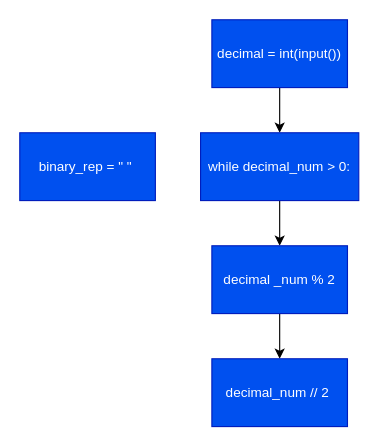
This is Draw.drawio from ipivanparra/AD-4-3, a draw.io file, before an edit. Source tidied: cells renumbered, new cells numbered last; positions are measured from the earlier drawing's top-left corner, leaving out a move shared by most shapes. Both pictures are drawn from the tidied source at 113%, with x=0, y=0 at pixel (19, 19).
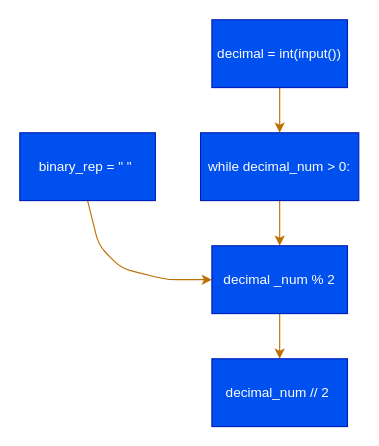
The same diagram, later.

Change to the diagram source:
```diff
@@
 <mxGraphModel>
   <root>
     <mxCell id="0" />
     <mxCell id="1" parent="0" />
-    <mxCell id="2" style="edgeStyle=none;html=1;exitX=0.5;exitY=1;exitDx=0;exitDy=0;" parent="1" edge="1" source="3">
+    <mxCell id="2" style="edgeStyle=none;html=1;exitX=0.5;exitY=1;exitDx=0;exitDy=0;fillColor=#f0a30a;strokeColor=#BD7000;" parent="1" edge="1" source="3">
       <mxGeometry relative="1" as="geometry">
         <mxPoint x="230" y="100" as="targetPoint" />
       </mxGeometry>
     </mxCell>
     <mxCell id="3" value="decimal = int(input())" style="rounded=0;whiteSpace=wrap;html=1;fillColor=#0050ef;fontColor=#ffffff;strokeColor=#001DBC;" parent="1" vertex="1">
       <mxGeometry x="170" width="120" height="60" as="geometry" />
     </mxCell>
-    <mxCell id="4" style="edgeStyle=none;html=1;exitX=0.5;exitY=1;exitDx=0;exitDy=0;" parent="1" edge="1" source="5">
+    <mxCell id="4" style="edgeStyle=none;html=1;exitX=0.5;exitY=1;exitDx=0;exitDy=0;fillColor=#f0a30a;strokeColor=#BD7000;" parent="1" edge="1" source="5">
       <mxGeometry relative="1" as="geometry">
         <mxPoint x="230" y="200" as="targetPoint" />
       </mxGeometry>
     </mxCell>
     <mxCell id="5" value="while decimal_num &amp;gt; 0:" style="rounded=0;whiteSpace=wrap;html=1;fillColor=#0050ef;fontColor=#ffffff;strokeColor=#001DBC;" parent="1" vertex="1">
       <mxGeometry x="160" y="100" width="140" height="60" as="geometry" />
     </mxCell>
+    <mxCell id="10" style="edgeStyle=none;html=1;exitX=0.5;exitY=1;exitDx=0;exitDy=0;entryX=0;entryY=0.5;entryDx=0;entryDy=0;fillColor=#f0a30a;strokeColor=#BD7000;" parent="1" edge="1" source="6" target="8">
+      <mxGeometry relative="1" as="geometry">
+        <Array as="points">
+          <mxPoint x="70" y="200" />
+          <mxPoint x="90" y="220" />
+          <mxPoint x="130" y="230" />
+        </Array>
+      </mxGeometry>
+    </mxCell>
     <mxCell id="6" value="binary_rep = &quot; &quot;&amp;nbsp;" style="rounded=0;whiteSpace=wrap;html=1;fillColor=#0050ef;fontColor=#ffffff;strokeColor=#001DBC;" parent="1" vertex="1">
       <mxGeometry y="100" width="120" height="60" as="geometry" />
     </mxCell>
-    <mxCell id="7" style="edgeStyle=none;html=1;exitX=0.5;exitY=1;exitDx=0;exitDy=0;" parent="1" edge="1" source="8">
+    <mxCell id="7" style="edgeStyle=none;html=1;exitX=0.5;exitY=1;exitDx=0;exitDy=0;fillColor=#f0a30a;strokeColor=#BD7000;" parent="1" edge="1" source="8">
       <mxGeometry relative="1" as="geometry">
         <mxPoint x="230" y="300" as="targetPoint" />
       </mxGeometry>
     </mxCell>
     <mxCell id="8" value="decimal _num % 2" style="rounded=0;whiteSpace=wrap;html=1;fillColor=#0050ef;fontColor=#ffffff;strokeColor=#001DBC;" parent="1" vertex="1">
       <mxGeometry x="170" y="200" width="120" height="60" as="geometry" />
     </mxCell>
     <mxCell id="9" value="decimal_num // 2&amp;nbsp;" style="rounded=0;whiteSpace=wrap;html=1;fillColor=#0050ef;fontColor=#ffffff;strokeColor=#001DBC;" parent="1" vertex="1">
       <mxGeometry x="170" y="300" width="120" height="60" as="geometry" />
     </mxCell>
   </root>
 </mxGraphModel>
```
